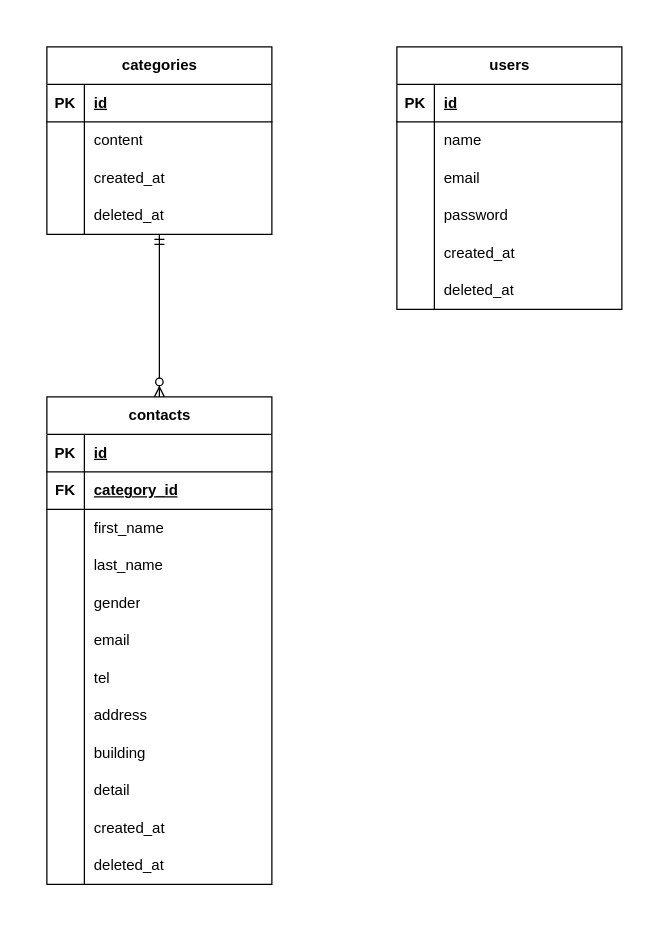
saito-himeka/test_contact-form keeps this draw.io diagram as system-diagram.drawio. Above is the earlier version. Source tidied: cells renumbered, new cells numbered last; positions are measured from the earlier drawing's top-left corner, leaving out a move shared by most shapes. Both pictures are drawn from the tidied source at 125%, with x=0, y=0 at pixel (46, 46).
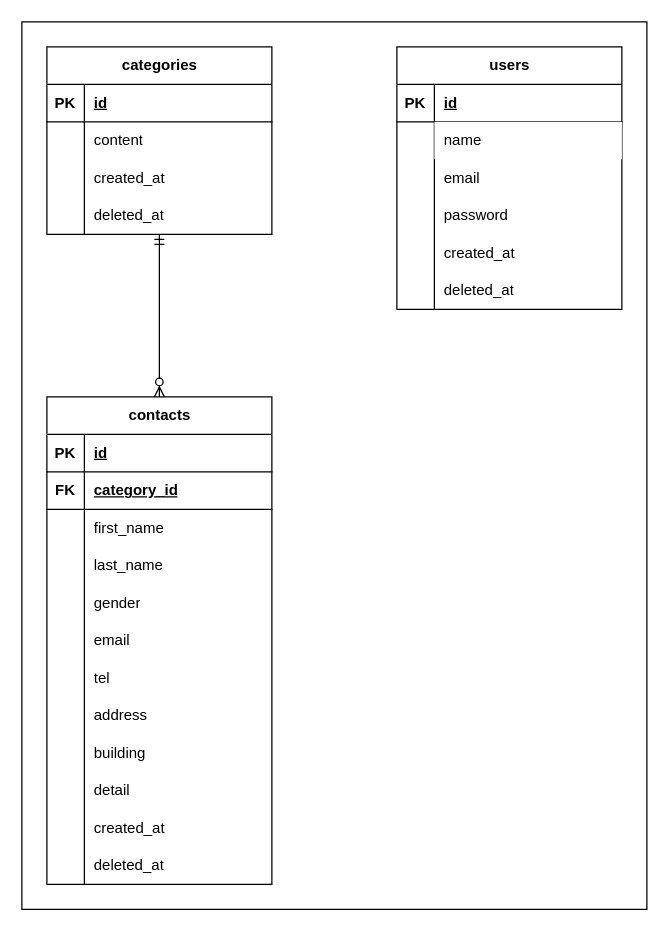
Above is the later version.

The change refers to these unchanged cells:
```xml
<mxCell id="56" style="shape=tableRow;horizontal=0;startSize=0;swimlaneHead=0;swimlaneBody=0;fillColor=none;top=0;left=0;right=0;bottom=0;" parent="52" vertex="1">
  <mxGeometry y="60" width="180" height="30" as="geometry" />
</mxCell>
```

What changed in the source:
```diff
@@
-<mxGraphModel>
+<mxGraphModel background="#ffffff">
@@
+    <mxCell id="72" style="rounded=0;whiteSpace=wrap;html=1;" parent="1" vertex="1">
+      <mxGeometry x="-20" y="-20" width="500" height="710" as="geometry" />
+    </mxCell>
@@
-    <mxCell id="52" value="users" style="shape=table;startSize=30;childLayout=tableLayout;rowLines=0;fontStyle=1;align=center;html=1;" parent="1" vertex="1">
+    <mxCell id="52" value="users" style="shape=table;startSize=30;childLayout=tableLayout;rowLines=0;fontStyle=1;align=center;html=1;fillColor=default;" parent="1" vertex="1">
       <mxGeometry x="280" width="180" height="210" as="geometry" />
     </mxCell>
@@
-    <mxCell id="58" value="name" style="shape=partialRectangle;fillColor=none;top=0;left=0;bottom=0;right=0;align=left;spacingLeft=6;overflow=hidden;whiteSpace=wrap;html=1;" parent="56" vertex="1">
+    <mxCell id="58" value="name" style="shape=partialRectangle;fillColor=default;top=0;left=0;bottom=0;right=0;align=left;spacingLeft=6;overflow=hidden;whiteSpace=wrap;html=1;" parent="56" vertex="1">
       <mxGeometry x="30" width="150" height="30" as="geometry" />
     </mxCell>
```
